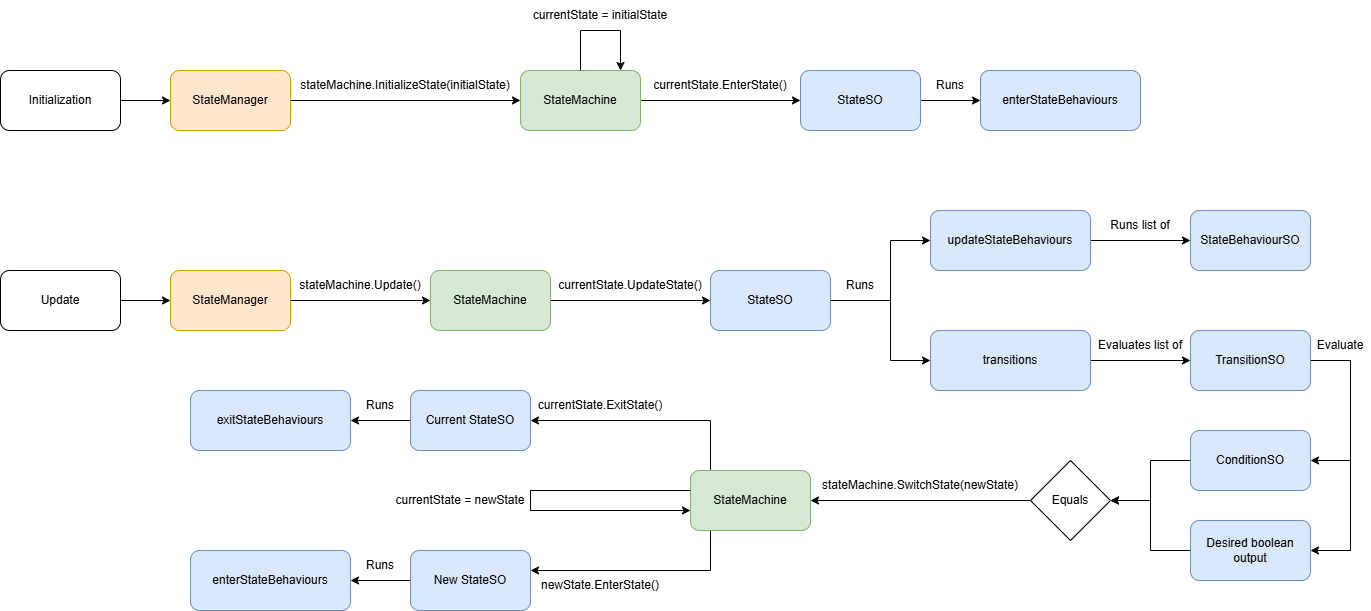
Before: Media/TowerDefenseTemplate_StateMachine_RuntimeFlow.png, a diagram exported from draw.io (YongKang03/tower-defense-template). Source tidied: cells renumbered, new cells last; positions are measured from the earlier drawing's top-left corner, leaving out a move shared by most shapes.
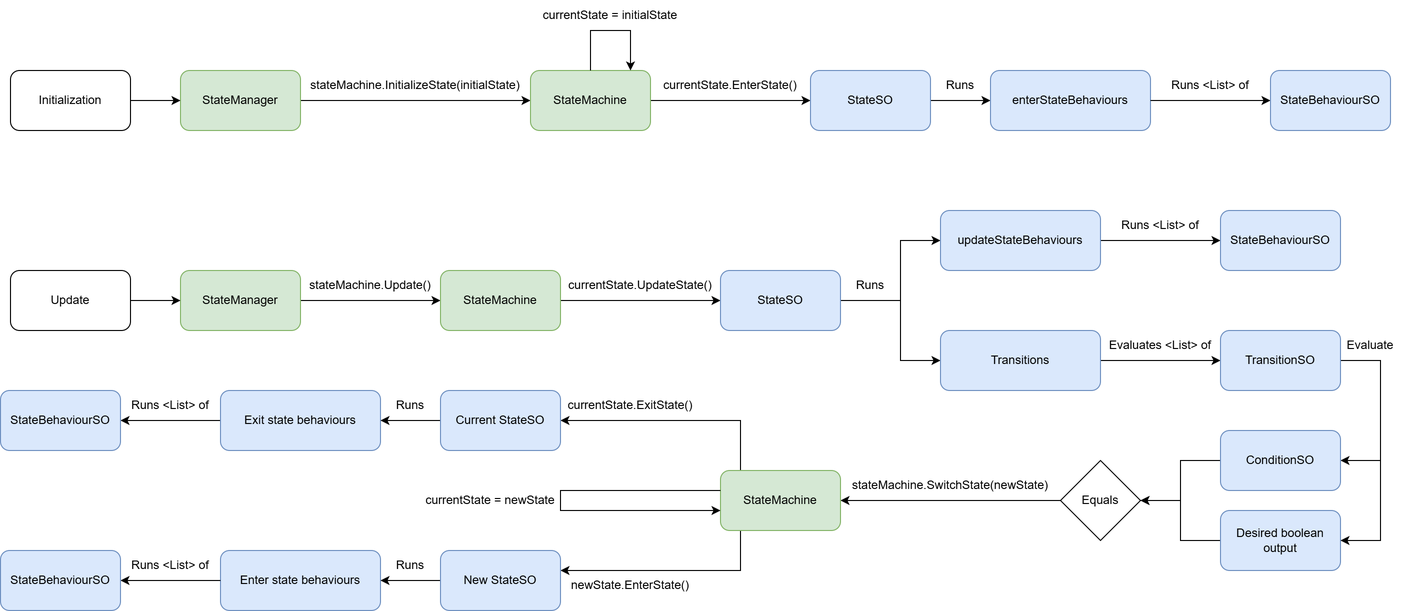
The same diagram one commit later.

The edit, as a diff of the source:
```diff
@@ -5,7 +5,7 @@
     <mxCell id="2" style="edgeStyle=orthogonalEdgeStyle;rounded=0;jettySize=auto;html=1;" parent="1" edge="1" source="3" target="5">
       <mxGeometry relative="1" as="geometry" />
     </mxCell>
-    <mxCell id="3" value="StateManager" style="rounded=1;whiteSpace=wrap;html=1;fillColor=#ffe6cc;strokeColor=#d79b00;" parent="1" vertex="1">
+    <mxCell id="3" value="StateManager" style="rounded=1;whiteSpace=wrap;html=1;fillColor=#d5e8d4;strokeColor=#82b366;" parent="1" vertex="1">
       <mxGeometry x="170" y="270" width="120" height="60" as="geometry" />
     </mxCell>
     <mxCell id="4" style="edgeStyle=orthogonalEdgeStyle;rounded=0;jettySize=auto;html=1;" parent="1" edge="1" source="5" target="9">
@@ -48,17 +48,17 @@
     <mxCell id="13" style="edgeStyle=orthogonalEdgeStyle;rounded=0;jettySize=auto;html=1;" parent="1" edge="1" source="14" target="23">
       <mxGeometry relative="1" as="geometry" />
     </mxCell>
-    <mxCell id="14" value="transitions" style="rounded=1;whiteSpace=wrap;html=1;fillColor=#dae8fc;strokeColor=#6c8ebf;" parent="1" vertex="1">
+    <mxCell id="14" value="Transitions" style="rounded=1;whiteSpace=wrap;html=1;fillColor=#dae8fc;strokeColor=#6c8ebf;" parent="1" vertex="1">
       <mxGeometry x="930" y="330" width="160" height="60" as="geometry" />
     </mxCell>
     <mxCell id="15" value="StateBehaviourSO" style="rounded=1;whiteSpace=wrap;html=1;fillColor=#dae8fc;strokeColor=#6c8ebf;" parent="1" vertex="1">
-      <mxGeometry x="1190" y="210" width="120" height="60" as="geometry" />
+      <mxGeometry x="1210" y="210" width="120" height="60" as="geometry" />
     </mxCell>
-    <mxCell id="16" value="Runs list of" style="text;html=1;whiteSpace=wrap;strokeColor=none;fillColor=none;align=center;verticalAlign=middle;rounded=0;" parent="1" vertex="1">
-      <mxGeometry x="1090" y="210" width="100" height="30" as="geometry" />
+    <mxCell id="16" value="Runs &amp;lt;List&amp;gt; of" style="text;html=1;whiteSpace=wrap;strokeColor=none;fillColor=none;align=center;verticalAlign=middle;rounded=0;" parent="1" vertex="1">
+      <mxGeometry x="1100" y="210" width="100" height="30" as="geometry" />
     </mxCell>
-    <mxCell id="17" value="Evaluates list of" style="text;html=1;whiteSpace=wrap;strokeColor=none;fillColor=none;align=center;verticalAlign=middle;rounded=0;" parent="1" vertex="1">
-      <mxGeometry x="1090" y="330" width="100" height="30" as="geometry" />
+    <mxCell id="17" value="Evaluates &amp;lt;List&amp;gt; of" style="text;html=1;whiteSpace=wrap;strokeColor=none;fillColor=none;align=center;verticalAlign=middle;rounded=0;" parent="1" vertex="1">
+      <mxGeometry x="1090" y="330" width="120" height="30" as="geometry" />
     </mxCell>
     <mxCell id="18" style="edgeStyle=orthogonalEdgeStyle;rounded=0;jettySize=auto;html=1;" parent="1" edge="1" source="32" target="29">
       <mxGeometry relative="1" as="geometry" />
@@ -66,118 +66,121 @@
     <mxCell id="19" style="edgeStyle=orthogonalEdgeStyle;rounded=0;jettySize=auto;html=1;" parent="1" edge="1" source="20" target="32">
       <mxGeometry relative="1" as="geometry">
         <Array as="points">
-          <mxPoint x="1150" y="550" />
-          <mxPoint x="1150" y="500" />
+          <mxPoint x="1170" y="540" />
+          <mxPoint x="1170" y="500" />
         </Array>
       </mxGeometry>
     </mxCell>
     <mxCell id="20" value="Desired boolean output" style="rounded=1;whiteSpace=wrap;html=1;fillColor=#dae8fc;strokeColor=#6c8ebf;" parent="1" vertex="1">
-      <mxGeometry x="1190" y="520" width="120" height="60" as="geometry" />
+      <mxGeometry x="1210" y="510" width="120" height="60" as="geometry" />
     </mxCell>
     <mxCell id="21" style="edgeStyle=orthogonalEdgeStyle;rounded=0;jettySize=auto;html=1;" parent="1" edge="1" source="23" target="31">
       <mxGeometry relative="1" as="geometry">
         <Array as="points">
-          <mxPoint x="1350" y="360" />
-          <mxPoint x="1350" y="460" />
+          <mxPoint x="1370" y="360" />
+          <mxPoint x="1370" y="460" />
         </Array>
       </mxGeometry>
     </mxCell>
     <mxCell id="22" style="edgeStyle=orthogonalEdgeStyle;rounded=0;jettySize=auto;html=1;" parent="1" edge="1" source="23" target="20">
       <mxGeometry relative="1" as="geometry">
         <Array as="points">
-          <mxPoint x="1350" y="360" />
-          <mxPoint x="1350" y="550" />
+          <mxPoint x="1370" y="360" />
+          <mxPoint x="1370" y="540" />
         </Array>
       </mxGeometry>
     </mxCell>
     <mxCell id="23" value="TransitionSO" style="rounded=1;whiteSpace=wrap;html=1;fillColor=#dae8fc;strokeColor=#6c8ebf;" parent="1" vertex="1">
-      <mxGeometry x="1190" y="330" width="120" height="60" as="geometry" />
+      <mxGeometry x="1210" y="330" width="120" height="60" as="geometry" />
     </mxCell>
     <mxCell id="24" value="Evaluate" style="text;html=1;whiteSpace=wrap;strokeColor=none;fillColor=none;align=center;verticalAlign=middle;rounded=0;" parent="1" vertex="1">
-      <mxGeometry x="1310" y="330" width="60" height="30" as="geometry" />
+      <mxGeometry x="1330" y="330" width="60" height="30" as="geometry" />
     </mxCell>
     <mxCell id="25" value="Runs" style="text;html=1;whiteSpace=wrap;strokeColor=none;fillColor=none;align=center;verticalAlign=middle;rounded=0;" parent="1" vertex="1">
       <mxGeometry x="830" y="270" width="60" height="30" as="geometry" />
     </mxCell>
     <mxCell id="26" value="stateMachine.SwitchState(newState)" style="text;html=1;whiteSpace=wrap;strokeColor=none;fillColor=none;align=center;verticalAlign=middle;rounded=0;" parent="1" vertex="1">
-      <mxGeometry x="810" y="470" width="220" height="30" as="geometry" />
+      <mxGeometry x="830" y="470" width="220" height="30" as="geometry" />
     </mxCell>
     <mxCell id="27" style="edgeStyle=orthogonalEdgeStyle;rounded=0;jettySize=auto;html=1;" parent="1" edge="1" source="29" target="38">
       <mxGeometry relative="1" as="geometry">
         <Array as="points">
-          <mxPoint x="710" y="420" />
+          <mxPoint x="730" y="420" />
         </Array>
       </mxGeometry>
     </mxCell>
     <mxCell id="28" style="edgeStyle=orthogonalEdgeStyle;rounded=0;jettySize=auto;html=1;" parent="1" edge="1" source="29" target="41">
       <mxGeometry relative="1" as="geometry">
         <Array as="points">
-          <mxPoint x="710" y="570" />
+          <mxPoint x="730" y="570" />
         </Array>
       </mxGeometry>
     </mxCell>
     <mxCell id="29" value="StateMachine" style="rounded=1;whiteSpace=wrap;html=1;fillColor=#d5e8d4;strokeColor=#82b366;" parent="1" vertex="1">
-      <mxGeometry x="690" y="470" width="120" height="60" as="geometry" />
+      <mxGeometry x="710" y="470" width="120" height="60" as="geometry" />
     </mxCell>
     <mxCell id="30" style="edgeStyle=orthogonalEdgeStyle;rounded=0;jettySize=auto;html=1;" parent="1" edge="1" source="31" target="32">
       <mxGeometry relative="1" as="geometry">
         <Array as="points">
-          <mxPoint x="1150" y="460" />
-          <mxPoint x="1150" y="500" />
+          <mxPoint x="1170" y="460" />
+          <mxPoint x="1170" y="500" />
         </Array>
       </mxGeometry>
     </mxCell>
     <mxCell id="31" value="ConditionSO" style="rounded=1;whiteSpace=wrap;html=1;fillColor=#dae8fc;strokeColor=#6c8ebf;" parent="1" vertex="1">
-      <mxGeometry x="1190" y="430" width="120" height="60" as="geometry" />
+      <mxGeometry x="1210" y="430" width="120" height="60" as="geometry" />
     </mxCell>
     <mxCell id="32" value="Equals" style="rhombus;whiteSpace=wrap;html=1;" parent="1" vertex="1">
-      <mxGeometry x="1030" y="460" width="80" height="80" as="geometry" />
+      <mxGeometry x="1050" y="460" width="80" height="80" as="geometry" />
     </mxCell>
-    <mxCell id="33" value="enterStateBehaviours" style="rounded=1;whiteSpace=wrap;html=1;fillColor=#dae8fc;strokeColor=#6c8ebf;" parent="1" vertex="1">
-      <mxGeometry x="190" y="550" width="160" height="60" as="geometry" />
+    <mxCell id="33" value="Enter state behaviours" style="rounded=1;whiteSpace=wrap;html=1;fillColor=#dae8fc;strokeColor=#6c8ebf;" parent="1" vertex="1">
+      <mxGeometry x="210" y="550" width="160" height="60" as="geometry" />
     </mxCell>
+    <mxCell id="61" style="edgeStyle=orthogonalEdgeStyle;rounded=0;jettySize=auto;html=1;" parent="1" edge="1" source="34" target="65">
+      <mxGeometry relative="1" as="geometry" />
+    </mxCell>
-    <mxCell id="34" value="exitStateBehaviours" style="rounded=1;whiteSpace=wrap;html=1;fillColor=#dae8fc;strokeColor=#6c8ebf;" parent="1" vertex="1">
-      <mxGeometry x="190" y="390" width="160" height="60" as="geometry" />
+    <mxCell id="34" value="Exit state behaviours" style="rounded=1;whiteSpace=wrap;html=1;fillColor=#dae8fc;strokeColor=#6c8ebf;" parent="1" vertex="1">
+      <mxGeometry x="210" y="390" width="160" height="60" as="geometry" />
     </mxCell>
     <mxCell id="35" value="currentState.ExitState()" style="text;html=1;whiteSpace=wrap;strokeColor=none;fillColor=none;align=center;verticalAlign=middle;rounded=0;" parent="1" vertex="1">
-      <mxGeometry x="530" y="390" width="140" height="30" as="geometry" />
+      <mxGeometry x="550" y="390" width="140" height="30" as="geometry" />
     </mxCell>
     <mxCell id="36" value="newState.EnterState()" style="text;html=1;whiteSpace=wrap;strokeColor=none;fillColor=none;align=center;verticalAlign=middle;rounded=0;" parent="1" vertex="1">
-      <mxGeometry x="530" y="570" width="140" height="30" as="geometry" />
+      <mxGeometry x="550" y="570" width="140" height="30" as="geometry" />
     </mxCell>
     <mxCell id="37" style="edgeStyle=orthogonalEdgeStyle;rounded=0;jettySize=auto;html=1;" parent="1" edge="1" source="38" target="34">
       <mxGeometry relative="1" as="geometry" />
     </mxCell>
     <mxCell id="38" value="Current StateSO" style="rounded=1;whiteSpace=wrap;html=1;fillColor=#dae8fc;strokeColor=#6c8ebf;" parent="1" vertex="1">
-      <mxGeometry x="410" y="390" width="120" height="60" as="geometry" />
+      <mxGeometry x="430" y="390" width="120" height="60" as="geometry" />
     </mxCell>
     <mxCell id="39" value="Runs" style="text;html=1;whiteSpace=wrap;strokeColor=none;fillColor=none;align=center;verticalAlign=middle;rounded=0;" parent="1" vertex="1">
-      <mxGeometry x="350" y="390" width="60" height="30" as="geometry" />
+      <mxGeometry x="370" y="390" width="60" height="30" as="geometry" />
     </mxCell>
     <mxCell id="40" style="edgeStyle=orthogonalEdgeStyle;rounded=0;jettySize=auto;html=1;" parent="1" edge="1" source="41" target="33">
       <mxGeometry relative="1" as="geometry" />
     </mxCell>
     <mxCell id="41" value="New StateSO" style="rounded=1;whiteSpace=wrap;html=1;fillColor=#dae8fc;strokeColor=#6c8ebf;" parent="1" vertex="1">
-      <mxGeometry x="410" y="550" width="120" height="60" as="geometry" />
+      <mxGeometry x="430" y="550" width="120" height="60" as="geometry" />
     </mxCell>
     <mxCell id="42" value="Runs" style="text;html=1;whiteSpace=wrap;strokeColor=none;fillColor=none;align=center;verticalAlign=middle;rounded=0;" parent="1" vertex="1">
-      <mxGeometry x="350" y="550" width="60" height="30" as="geometry" />
+      <mxGeometry x="370" y="550" width="60" height="30" as="geometry" />
     </mxCell>
     <mxCell id="43" style="edgeStyle=orthogonalEdgeStyle;rounded=0;orthogonalLoop=1;jettySize=auto;html=1;innerLoopWaypoints=1;" parent="1" edge="1" source="29" target="29">
       <mxGeometry relative="1" as="geometry">
         <Array as="points">
-          <mxPoint x="530" y="490" />
-          <mxPoint x="530" y="510" />
+          <mxPoint x="550" y="490" />
+          <mxPoint x="550" y="510" />
         </Array>
       </mxGeometry>
     </mxCell>
     <mxCell id="44" value="currentState = newState" style="text;html=1;whiteSpace=wrap;strokeColor=none;fillColor=none;align=center;verticalAlign=middle;rounded=0;" parent="1" vertex="1">
-      <mxGeometry x="390" y="485" width="140" height="30" as="geometry" />
+      <mxGeometry x="410" y="485" width="140" height="30" as="geometry" />
     </mxCell>
     <mxCell id="45" style="edgeStyle=orthogonalEdgeStyle;rounded=0;jettySize=auto;html=1;" parent="1" edge="1" source="46" target="48">
       <mxGeometry relative="1" as="geometry" />
     </mxCell>
-    <mxCell id="46" value="StateManager" style="rounded=1;whiteSpace=wrap;html=1;fillColor=#ffe6cc;strokeColor=#d79b00;" parent="1" vertex="1">
+    <mxCell id="46" value="StateManager" style="rounded=1;whiteSpace=wrap;html=1;fillColor=#d5e8d4;strokeColor=#82b366;" parent="1" vertex="1">
       <mxGeometry x="170" y="70" width="120" height="60" as="geometry" />
     </mxCell>
     <mxCell id="47" style="edgeStyle=orthogonalEdgeStyle;rounded=0;jettySize=auto;html=1;" parent="1" edge="1" source="48" target="51">
@@ -227,5 +230,29 @@
     <mxCell id="60" value="Update" style="rounded=1;whiteSpace=wrap;html=1;" parent="1" vertex="1">
       <mxGeometry y="270" width="120" height="60" as="geometry" />
     </mxCell>
+    <mxCell id="62" style="edgeStyle=orthogonalEdgeStyle;rounded=0;jettySize=auto;html=1;" parent="1" edge="1" source="53" target="63">
+      <mxGeometry relative="1" as="geometry" />
+    </mxCell>
+    <mxCell id="63" value="StateBehaviourSO" style="rounded=1;whiteSpace=wrap;html=1;fillColor=#dae8fc;strokeColor=#6c8ebf;" parent="1" vertex="1">
+      <mxGeometry x="1260" y="70" width="120" height="60" as="geometry" />
+    </mxCell>
+    <mxCell id="64" value="Runs &amp;lt;List&amp;gt; of" style="text;html=1;whiteSpace=wrap;strokeColor=none;fillColor=none;align=center;verticalAlign=middle;rounded=0;" parent="1" vertex="1">
+      <mxGeometry x="1150" y="70" width="100" height="30" as="geometry" />
+    </mxCell>
+    <mxCell id="65" value="StateBehaviourSO" style="rounded=1;whiteSpace=wrap;html=1;fillColor=#dae8fc;strokeColor=#6c8ebf;" parent="1" vertex="1">
+      <mxGeometry x="-10" y="390" width="120" height="60" as="geometry" />
+    </mxCell>
+    <mxCell id="66" value="Runs &amp;lt;List&amp;gt; of" style="text;html=1;whiteSpace=wrap;strokeColor=none;fillColor=none;align=center;verticalAlign=middle;rounded=0;" parent="1" vertex="1">
+      <mxGeometry x="110" y="390" width="100" height="30" as="geometry" />
+    </mxCell>
+    <mxCell id="67" style="edgeStyle=orthogonalEdgeStyle;rounded=0;jettySize=auto;html=1;" parent="1" edge="1" source="33" target="68">
+      <mxGeometry relative="1" as="geometry" />
+    </mxCell>
+    <mxCell id="68" value="StateBehaviourSO" style="rounded=1;whiteSpace=wrap;html=1;fillColor=#dae8fc;strokeColor=#6c8ebf;" parent="1" vertex="1">
+      <mxGeometry x="-10" y="550" width="120" height="60" as="geometry" />
+    </mxCell>
+    <mxCell id="69" value="Runs &amp;lt;List&amp;gt; of" style="text;html=1;whiteSpace=wrap;strokeColor=none;fillColor=none;align=center;verticalAlign=middle;rounded=0;" parent="1" vertex="1">
+      <mxGeometry x="110" y="550" width="100" height="30" as="geometry" />
+    </mxCell>
   </root>
 </mxGraphModel>
```
